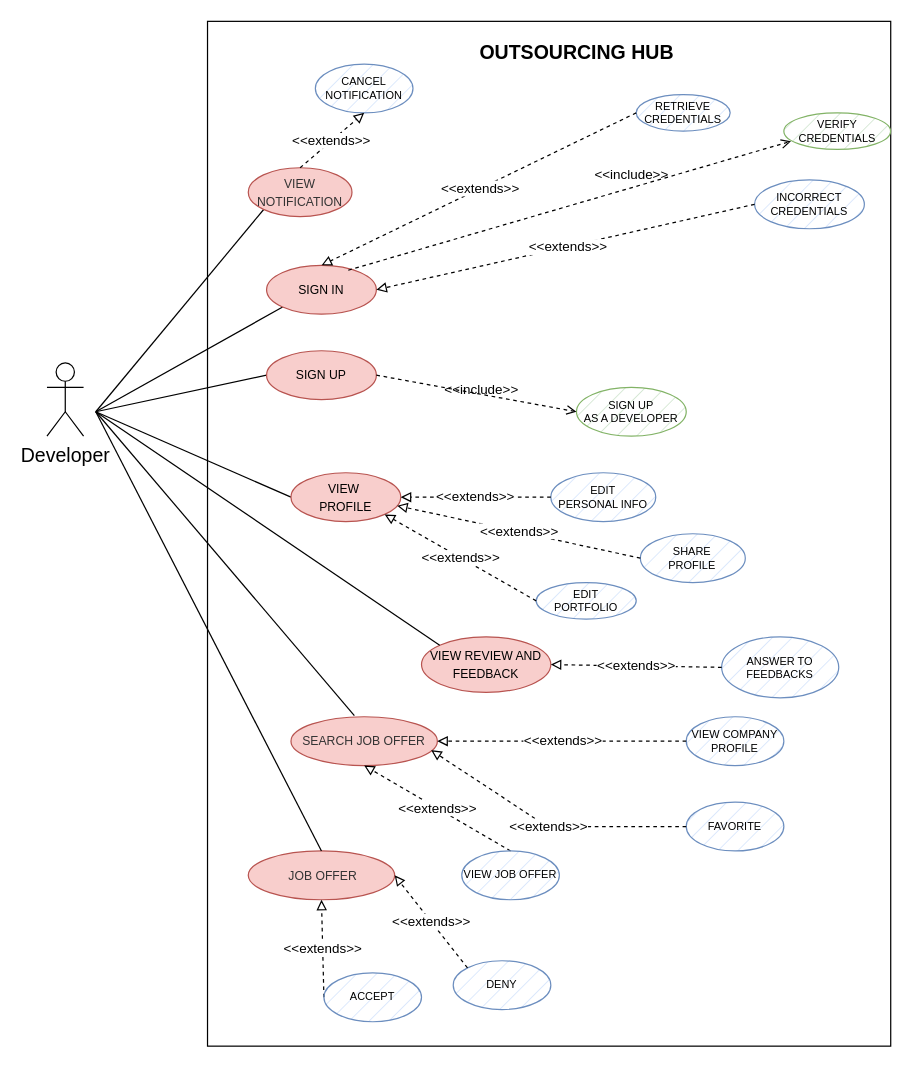
Before: use_cases/use_cases_dev.drawio in mattiadanisi00/ids, a draw.io diagram. Source tidied: cells renumbered, new cells numbered last; positions are measured from the earlier drawing's top-left corner, leaving out a move shared by most shapes. Both pictures are drawn from the tidied source at 122%, with x=0, y=0 at pixel (46, 21).
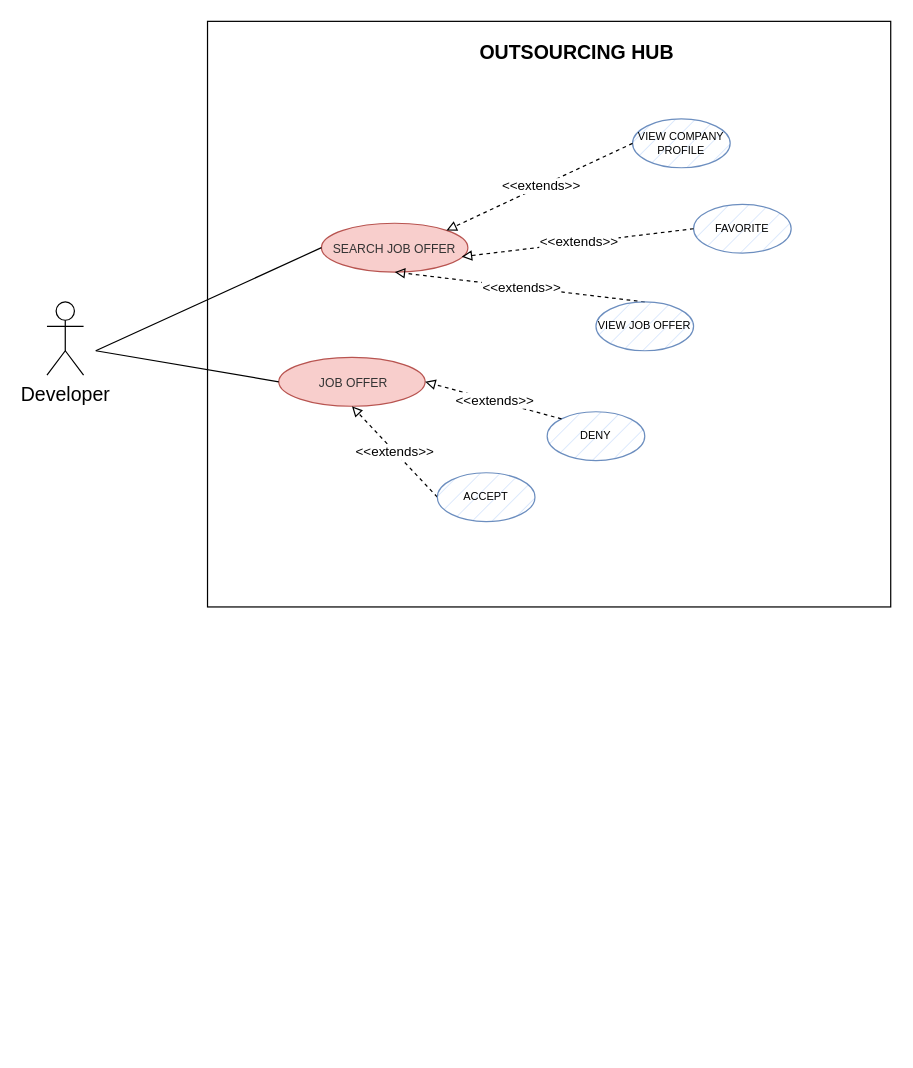
The same diagram, later.

What changed in the source:
```diff
@@
     <mxCell id="2" style="rounded=0;whiteSpace=wrap;html=1;" parent="1" vertex="1">
-      <mxGeometry x="131.6" width="560" height="840" as="geometry" />
+      <mxGeometry x="131.6" width="560" height="480" as="geometry" />
     </mxCell>
@@
-    <mxCell id="4" style="edgeStyle=none;rounded=0;jettySize=auto;html=1;entryX=0;entryY=1;entryDx=0;entryDy=0;startArrow=none;startFill=0;strokeColor=default;endArrow=none;endFill=0;strokeWidth=1;" parent="1" edge="1" target="8">
-      <mxGeometry relative="1" as="geometry">
-        <mxPoint x="40" y="320" as="sourcePoint" />
-      </mxGeometry>
-    </mxCell>
-    <mxCell id="5" style="edgeStyle=none;rounded=0;jettySize=auto;html=1;entryX=0;entryY=0.5;entryDx=0;entryDy=0;strokeColor=default;strokeWidth=1;startArrow=none;startFill=0;endArrow=none;endFill=0;" parent="1" edge="1" target="11">
-      <mxGeometry relative="1" as="geometry">
-        <mxPoint x="40" y="320" as="sourcePoint" />
-      </mxGeometry>
-    </mxCell>
-    <mxCell id="6" style="edgeStyle=none;rounded=0;jettySize=auto;html=1;entryX=0;entryY=0.5;entryDx=0;entryDy=0;strokeColor=default;strokeWidth=1;fontSize=10;startArrow=none;startFill=0;endArrow=none;endFill=0;" parent="1" edge="1" target="12">
-      <mxGeometry relative="1" as="geometry">
-        <mxPoint x="40" y="320" as="sourcePoint" />
-      </mxGeometry>
-    </mxCell>
     <mxCell id="7" value="Developer" style="shape=umlActor;verticalLabelPosition=bottom;verticalAlign=top;html=1;fontSize=16;" parent="1" vertex="1">
-      <mxGeometry y="280" width="30" height="60" as="geometry" />
+      <mxGeometry y="230" width="30" height="60" as="geometry" />
     </mxCell>
-    <mxCell id="8" value="&lt;font style=&quot;font-size: 10px;&quot;&gt;SIGN IN&lt;/font&gt;" style="ellipse;whiteSpace=wrap;html=1;fillColor=#f8cecc;strokeColor=#b85450;" parent="1" vertex="1">
-      <mxGeometry x="180" y="200" width="90" height="40" as="geometry" />
-    </mxCell>
-    <mxCell id="9" value="&lt;font style=&quot;font-size: 9px;&quot;&gt;INCORRECT&lt;br style=&quot;font-size: 9px;&quot;&gt;CREDENTIALS&lt;/font&gt;" style="ellipse;whiteSpace=wrap;html=1;fillColor=#dae8fc;strokeColor=#6c8ebf;fontSize=9;strokeWidth=1;fillStyle=hatch;" parent="1" vertex="1">
-      <mxGeometry x="580" y="130" width="90" height="40" as="geometry" />
-    </mxCell>
-    <mxCell id="10" value="&amp;lt;&amp;lt;extends&amp;gt;&amp;gt;" style="endArrow=block;endFill=0;html=1;rounded=0;dashed=1;exitX=0;exitY=0.5;exitDx=0;exitDy=0;entryX=1;entryY=0.5;entryDx=0;entryDy=0;" parent="1" edge="1" source="9" target="8">
-      <mxGeometry x="-0.01" relative="1" as="geometry" />
-    </mxCell>
-    <mxCell id="11" value="&lt;font style=&quot;font-size: 10px;&quot;&gt;SIGN UP&lt;/font&gt;" style="ellipse;whiteSpace=wrap;html=1;fillColor=#f8cecc;strokeColor=#b85450;" parent="1" vertex="1">
-      <mxGeometry x="180" y="270" width="90" height="40" as="geometry" />
-    </mxCell>
-    <mxCell id="12" value="&lt;font style=&quot;font-size: 10px;&quot;&gt;VIEW&amp;nbsp;&lt;br&gt;PROFILE&lt;/font&gt;" style="ellipse;whiteSpace=wrap;html=1;fillColor=#f8cecc;strokeColor=#b85450;" parent="1" vertex="1">
-      <mxGeometry x="200" y="370" width="90" height="40" as="geometry" />
-    </mxCell>
-    <mxCell id="13" value="&lt;font style=&quot;font-size: 9px;&quot;&gt;EDIT&lt;br style=&quot;font-size: 9px;&quot;&gt;PERSONAL INFO&lt;br style=&quot;font-size: 9px;&quot;&gt;&lt;/font&gt;" style="ellipse;whiteSpace=wrap;html=1;fillColor=#dae8fc;strokeColor=#6c8ebf;fontSize=9;strokeWidth=1;fillStyle=hatch;" parent="1" vertex="1">
-      <mxGeometry x="413" y="370" width="86" height="40" as="geometry" />
-    </mxCell>
-    <mxCell id="14" value="&lt;font style=&quot;font-size: 9px;&quot;&gt;RETRIEVE&lt;br style=&quot;font-size: 9px;&quot;&gt;CREDENTIALS&lt;br&gt;&lt;/font&gt;" style="ellipse;whiteSpace=wrap;html=1;fillColor=#dae8fc;strokeColor=#6c8ebf;fontSize=9;strokeWidth=1;fillStyle=hatch;" parent="1" vertex="1">
-      <mxGeometry x="483" y="60" width="77" height="30" as="geometry" />
-    </mxCell>
-    <mxCell id="15" value="&amp;lt;&amp;lt;extends&amp;gt;&amp;gt;" style="endArrow=block;endFill=0;html=1;rounded=0;dashed=1;exitX=0;exitY=0.5;exitDx=0;exitDy=0;entryX=0.5;entryY=0;entryDx=0;entryDy=0;" parent="1" edge="1" source="14" target="8">
-      <mxGeometry x="-0.01" relative="1" as="geometry" />
-    </mxCell>
-    <mxCell id="16" value="&lt;font style=&quot;font-size: 9px;&quot;&gt;EDIT&lt;br style=&quot;font-size: 9px;&quot;&gt;PORTFOLIO&lt;br style=&quot;font-size: 9px;&quot;&gt;&lt;/font&gt;" style="ellipse;whiteSpace=wrap;html=1;fillColor=#dae8fc;strokeColor=#6c8ebf;fontSize=9;strokeWidth=1;fillStyle=hatch;" parent="1" vertex="1">
-      <mxGeometry x="401" y="460" width="82" height="30" as="geometry" />
-    </mxCell>
-    <mxCell id="17" value="&amp;lt;&amp;lt;extends&amp;gt;&amp;gt;" style="endArrow=block;endFill=0;html=1;rounded=0;dashed=1;exitX=0;exitY=0.5;exitDx=0;exitDy=0;entryX=1;entryY=0.5;entryDx=0;entryDy=0;" parent="1" edge="1" source="13" target="12">
-      <mxGeometry relative="1" as="geometry" />
-    </mxCell>
-    <mxCell id="18" value="&amp;lt;&amp;lt;extends&amp;gt;&amp;gt;" style="endArrow=block;endFill=0;html=1;rounded=0;dashed=1;exitX=0;exitY=0.5;exitDx=0;exitDy=0;entryX=1;entryY=1;entryDx=0;entryDy=0;" parent="1" edge="1" source="16" target="12">
-      <mxGeometry relative="1" as="geometry" />
-    </mxCell>
-    <mxCell id="19" value="&amp;lt;&amp;lt;include&amp;gt;&amp;gt;" style="html=1;verticalAlign=bottom;labelBackgroundColor=none;endArrow=open;endFill=0;dashed=1;rounded=0;exitX=0.744;exitY=0.1;exitDx=0;exitDy=0;exitPerimeter=0;entryX=0.067;entryY=0.776;entryDx=0;entryDy=0;entryPerimeter=0;" parent="1" edge="1" source="8" target="20">
-      <mxGeometry x="0.28" y="1" relative="1" as="geometry" />
-    </mxCell>
-    <mxCell id="20" value="&lt;font style=&quot;font-size: 9px;&quot;&gt;VERIFY CREDENTIALS&lt;/font&gt;" style="ellipse;whiteSpace=wrap;html=1;fillColor=#d5e8d4;strokeColor=#82b366;fontSize=9;strokeWidth=1;fillStyle=hatch;" parent="1" vertex="1">
-      <mxGeometry x="604" y="75" width="87.5" height="30" as="geometry" />
-    </mxCell>
-    <mxCell id="21" value="&lt;font size=&quot;1&quot;&gt;VIEW REVIEW AND FEEDBACK&lt;/font&gt;" style="ellipse;whiteSpace=wrap;html=1;fillColor=#f8cecc;strokeColor=#b85450;" parent="1" vertex="1">
-      <mxGeometry x="307" y="504.5" width="106" height="45.5" as="geometry" />
-    </mxCell>
-    <mxCell id="22" style="edgeStyle=none;rounded=0;jettySize=auto;html=1;exitX=0;exitY=0;exitDx=0;exitDy=0;strokeColor=default;strokeWidth=1;fontSize=10;startArrow=none;startFill=0;endArrow=none;endFill=0;" parent="1" edge="1" source="21">
-      <mxGeometry relative="1" as="geometry">
-        <mxPoint x="40" y="320" as="targetPoint" />
-      </mxGeometry>
-    </mxCell>
     <mxCell id="23" value="&lt;span style=&quot;caret-color: rgb(0, 0, 0); font-family: Helvetica; font-size: x-small; font-style: normal; font-variant-caps: normal; font-weight: 400; letter-spacing: normal; text-align: center; text-indent: 0px; text-transform: none; word-spacing: 0px; -webkit-text-stroke-width: 0px; text-decoration: none; float: none; display: inline !important;&quot;&gt;&lt;font color=&quot;#333333&quot;&gt;SEARCH JOB OFFER&lt;/font&gt;&lt;/span&gt;" style="ellipse;whiteSpace=wrap;html=1;fillColor=#f8cecc;strokeColor=#b85450;" parent="1" vertex="1">
-      <mxGeometry x="200" y="570" width="120" height="40" as="geometry" />
+      <mxGeometry x="225" y="165.5" width="120" height="40" as="geometry" />
     </mxCell>
-    <mxCell id="24" style="edgeStyle=none;rounded=0;jettySize=auto;html=1;strokeColor=default;strokeWidth=1;fontSize=10;startArrow=none;startFill=0;endArrow=none;endFill=0;exitX=0.433;exitY=-0.025;exitDx=0;exitDy=0;exitPerimeter=0;" parent="1" edge="1" source="23">
+    <mxCell id="24" style="edgeStyle=none;rounded=0;jettySize=auto;html=1;strokeColor=default;strokeWidth=1;fontSize=10;startArrow=none;startFill=0;endArrow=none;endFill=0;exitX=0;exitY=0.5;exitDx=0;exitDy=0;" parent="1" edge="1" source="23">
       <mxGeometry relative="1" as="geometry">
-        <mxPoint x="40" y="320" as="targetPoint" />
+        <mxPoint x="40" y="270" as="targetPoint" />
       </mxGeometry>
     </mxCell>
     <mxCell id="25" value="&lt;font style=&quot;font-size: 9px;&quot;&gt;VIEW COMPANY PROFILE&lt;br style=&quot;font-size: 9px;&quot;&gt;&lt;/font&gt;" style="ellipse;whiteSpace=wrap;html=1;fillColor=#dae8fc;strokeColor=#6c8ebf;fontSize=9;strokeWidth=1;fillStyle=hatch;" parent="1" vertex="1">
-      <mxGeometry x="524" y="570" width="80" height="40" as="geometry" />
+      <mxGeometry x="480" y="80" width="80" height="40" as="geometry" />
     </mxCell>
-    <mxCell id="26" value="&amp;lt;&amp;lt;extends&amp;gt;&amp;gt;" style="endArrow=block;endFill=0;html=1;rounded=0;dashed=1;exitX=0;exitY=0.5;exitDx=0;exitDy=0;entryX=1;entryY=0.5;entryDx=0;entryDy=0;" parent="1" edge="1" source="25" target="23">
+    <mxCell id="26" value="&amp;lt;&amp;lt;extends&amp;gt;&amp;gt;" style="endArrow=block;endFill=0;html=1;rounded=0;dashed=1;exitX=0;exitY=0.5;exitDx=0;exitDy=0;entryX=1;entryY=0;entryDx=0;entryDy=0;" parent="1" edge="1" source="25" target="23">
       <mxGeometry x="-0.01" relative="1" as="geometry" />
     </mxCell>
-    <mxCell id="27" value="&lt;font style=&quot;font-size: 9px;&quot;&gt;ANSWER TO&lt;br&gt;FEEDBACKS&lt;br style=&quot;font-size: 9px;&quot;&gt;&lt;/font&gt;" style="ellipse;whiteSpace=wrap;html=1;fillColor=#dae8fc;strokeColor=#6c8ebf;fontSize=9;strokeWidth=1;fillStyle=hatch;" parent="1" vertex="1">
-      <mxGeometry x="553" y="504.5" width="96" height="50" as="geometry" />
-    </mxCell>
-    <mxCell id="28" value="&amp;lt;&amp;lt;extends&amp;gt;&amp;gt;" style="endArrow=block;endFill=0;html=1;rounded=0;dashed=1;exitX=0;exitY=0.5;exitDx=0;exitDy=0;entryX=1;entryY=0.5;entryDx=0;entryDy=0;" parent="1" edge="1" source="27" target="21">
-      <mxGeometry relative="1" as="geometry" />
-    </mxCell>
-    <mxCell id="29" value="&lt;font style=&quot;font-size: 9px;&quot;&gt;SIGN UP&lt;br&gt;AS A DEVELOPER&lt;br&gt;&lt;/font&gt;" style="ellipse;whiteSpace=wrap;html=1;fillColor=#d5e8d4;strokeColor=#82b366;fontSize=9;strokeWidth=1;fillStyle=hatch;" parent="1" vertex="1">
-      <mxGeometry x="434" y="300" width="90" height="40" as="geometry" />
-    </mxCell>
-    <mxCell id="30" value="&amp;lt;&amp;lt;include&amp;gt;&amp;gt;" style="html=1;verticalAlign=bottom;labelBackgroundColor=none;endArrow=open;endFill=0;dashed=1;rounded=0;exitX=1;exitY=0.5;exitDx=0;exitDy=0;entryX=0;entryY=0.5;entryDx=0;entryDy=0;" parent="1" edge="1" source="11" target="29">
-      <mxGeometry x="0.05" y="-5" relative="1" as="geometry" />
-    </mxCell>
-    <mxCell id="31" style="edgeStyle=none;rounded=0;jettySize=auto;html=1;strokeColor=default;strokeWidth=1;fontSize=10;startArrow=none;startFill=0;endArrow=none;endFill=0;exitX=0;exitY=1;exitDx=0;exitDy=0;" parent="1" edge="1" source="32">
-      <mxGeometry relative="1" as="geometry">
-        <mxPoint x="40" y="320" as="targetPoint" />
-      </mxGeometry>
-    </mxCell>
-    <mxCell id="32" value="&lt;span style=&quot;caret-color: rgb(0, 0, 0); font-family: Helvetica; font-size: x-small; font-style: normal; font-variant-caps: normal; font-weight: 400; letter-spacing: normal; text-align: center; text-indent: 0px; text-transform: none; word-spacing: 0px; -webkit-text-stroke-width: 0px; text-decoration: none; float: none; display: inline !important;&quot;&gt;&lt;font color=&quot;#333333&quot;&gt;VIEW NOTIFICATION&lt;/font&gt;&lt;/span&gt;" style="ellipse;whiteSpace=wrap;html=1;fillColor=#f8cecc;strokeColor=#b85450;" parent="1" vertex="1">
-      <mxGeometry x="165" y="120" width="85" height="40" as="geometry" />
-    </mxCell>
     <mxCell id="33" value="&lt;font style=&quot;font-size: 9px;&quot;&gt;FAVORITE&lt;br style=&quot;font-size: 9px;&quot;&gt;&lt;/font&gt;" style="ellipse;whiteSpace=wrap;html=1;fillColor=#dae8fc;strokeColor=#6c8ebf;fontSize=9;strokeWidth=1;fillStyle=hatch;" parent="1" vertex="1">
-      <mxGeometry x="524" y="640" width="80" height="40" as="geometry" />
+      <mxGeometry x="530" y="150" width="80" height="40" as="geometry" />
     </mxCell>
     <mxCell id="34" value="&amp;lt;&amp;lt;extends&amp;gt;&amp;gt;" style="endArrow=block;endFill=0;html=1;rounded=0;dashed=1;exitX=0;exitY=0.5;exitDx=0;exitDy=0;entryX=0.958;entryY=0.686;entryDx=0;entryDy=0;entryPerimeter=0;" parent="1" edge="1" source="33" target="23">
-      <mxGeometry x="-0.01" relative="1" as="geometry">
-        <Array as="points">
-          <mxPoint x="410" y="660" />
-        </Array>
-      </mxGeometry>
+      <mxGeometry x="-0.01" relative="1" as="geometry" />
     </mxCell>
-    <mxCell id="35" value="CANCEL&lt;br&gt;NOTIFICATION" style="ellipse;whiteSpace=wrap;html=1;fillColor=#dae8fc;strokeColor=#6c8ebf;fontSize=9;strokeWidth=1;fillStyle=hatch;" parent="1" vertex="1">
-      <mxGeometry x="220" y="35" width="80" height="40" as="geometry" />
-    </mxCell>
-    <mxCell id="36" value="&amp;lt;&amp;lt;extends&amp;gt;&amp;gt;" style="endArrow=block;endFill=0;html=1;rounded=0;dashed=1;exitX=0.5;exitY=0;exitDx=0;exitDy=0;entryX=0.5;entryY=1;entryDx=0;entryDy=0;" parent="1" edge="1" source="32" target="35">
-      <mxGeometry x="-0.01" relative="1" as="geometry" />
-    </mxCell>
-    <mxCell id="37" value="&lt;font style=&quot;font-size: 9px;&quot;&gt;SHARE&lt;br&gt;PROFILE&lt;br style=&quot;font-size: 9px;&quot;&gt;&lt;/font&gt;" style="ellipse;whiteSpace=wrap;html=1;fillColor=#dae8fc;strokeColor=#6c8ebf;fontSize=9;strokeWidth=1;fillStyle=hatch;" parent="1" vertex="1">
-      <mxGeometry x="486.4" y="420" width="86" height="40" as="geometry" />
-    </mxCell>
-    <mxCell id="38" value="&amp;lt;&amp;lt;extends&amp;gt;&amp;gt;" style="endArrow=block;endFill=0;html=1;rounded=0;dashed=1;exitX=0;exitY=0.5;exitDx=0;exitDy=0;entryX=0.967;entryY=0.675;entryDx=0;entryDy=0;entryPerimeter=0;" parent="1" edge="1" source="37" target="12">
-      <mxGeometry relative="1" as="geometry" />
-    </mxCell>
@@
     <mxCell id="40" value="&lt;font style=&quot;font-size: 9px;&quot;&gt;VIEW JOB OFFER&lt;br style=&quot;font-size: 9px;&quot;&gt;&lt;/font&gt;" style="ellipse;whiteSpace=wrap;html=1;fillColor=#dae8fc;strokeColor=#6c8ebf;fontSize=9;strokeWidth=1;fillStyle=hatch;" parent="1" vertex="1">
-      <mxGeometry x="340" y="680" width="80" height="40" as="geometry" />
+      <mxGeometry x="450" y="230" width="80" height="40" as="geometry" />
     </mxCell>
     <mxCell id="41" value="&lt;span style=&quot;caret-color: rgb(0, 0, 0); font-family: Helvetica; font-size: x-small; font-style: normal; font-variant-caps: normal; font-weight: 400; letter-spacing: normal; text-align: center; text-indent: 0px; text-transform: none; word-spacing: 0px; -webkit-text-stroke-width: 0px; text-decoration: none; float: none; display: inline !important;&quot;&gt;&lt;font color=&quot;#333333&quot;&gt;&amp;nbsp;JOB OFFER&lt;/font&gt;&lt;/span&gt;" style="ellipse;whiteSpace=wrap;html=1;fillColor=#f8cecc;strokeColor=#b85450;" parent="1" vertex="1">
-      <mxGeometry x="165" y="680" width="120" height="40" as="geometry" />
+      <mxGeometry x="190" y="275.5" width="120" height="40" as="geometry" />
     </mxCell>
-    <mxCell id="42" style="edgeStyle=none;rounded=0;jettySize=auto;html=1;strokeColor=default;strokeWidth=1;fontSize=10;startArrow=none;startFill=0;endArrow=none;endFill=0;exitX=0.5;exitY=0;exitDx=0;exitDy=0;" parent="1" edge="1" source="41">
+    <mxCell id="42" style="edgeStyle=none;rounded=0;jettySize=auto;html=1;strokeColor=default;strokeWidth=1;fontSize=10;startArrow=none;startFill=0;endArrow=none;endFill=0;exitX=0;exitY=0.5;exitDx=0;exitDy=0;" parent="1" edge="1" source="41">
       <mxGeometry relative="1" as="geometry">
-        <mxPoint x="40" y="320" as="targetPoint" />
+        <mxPoint x="40" y="270" as="targetPoint" />
       </mxGeometry>
     </mxCell>
@@
     <mxCell id="44" value="&lt;font style=&quot;font-size: 9px;&quot;&gt;ACCEPT&lt;br style=&quot;font-size: 9px;&quot;&gt;&lt;/font&gt;" style="ellipse;whiteSpace=wrap;html=1;fillColor=#dae8fc;strokeColor=#6c8ebf;fontSize=9;strokeWidth=1;fillStyle=hatch;" parent="1" vertex="1">
-      <mxGeometry x="227" y="780" width="80" height="40" as="geometry" />
+      <mxGeometry x="320" y="370" width="80" height="40" as="geometry" />
     </mxCell>
     <mxCell id="45" value="&lt;font style=&quot;font-size: 9px;&quot;&gt;DENY&lt;br style=&quot;font-size: 9px;&quot;&gt;&lt;/font&gt;" style="ellipse;whiteSpace=wrap;html=1;fillColor=#dae8fc;strokeColor=#6c8ebf;fontSize=9;strokeWidth=1;fillStyle=hatch;" parent="1" vertex="1">
-      <mxGeometry x="333" y="770" width="80" height="40" as="geometry" />
+      <mxGeometry x="410" y="320" width="80" height="40" as="geometry" />
     </mxCell>
```
